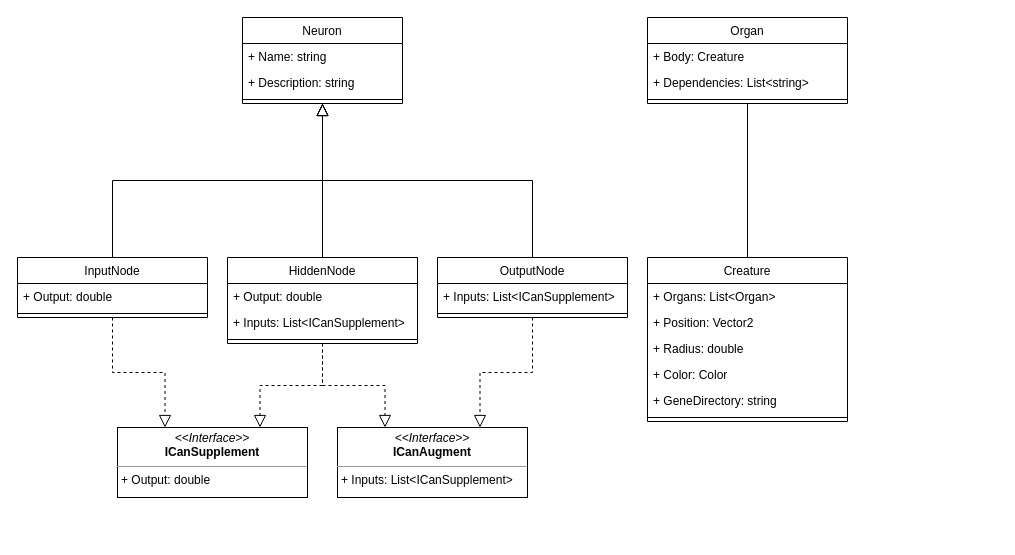
Earlier version of the draw.io diagram ClassDiagram.drawio (Exouxas/FosterScript.Core). Source tidied: cells renumbered, new cells numbered last; positions are measured from the earlier drawing's top-left corner, leaving out a move shared by most shapes. Both pictures are drawn from the tidied source at 100%, with x=0, y=0 at pixel (17, 17).
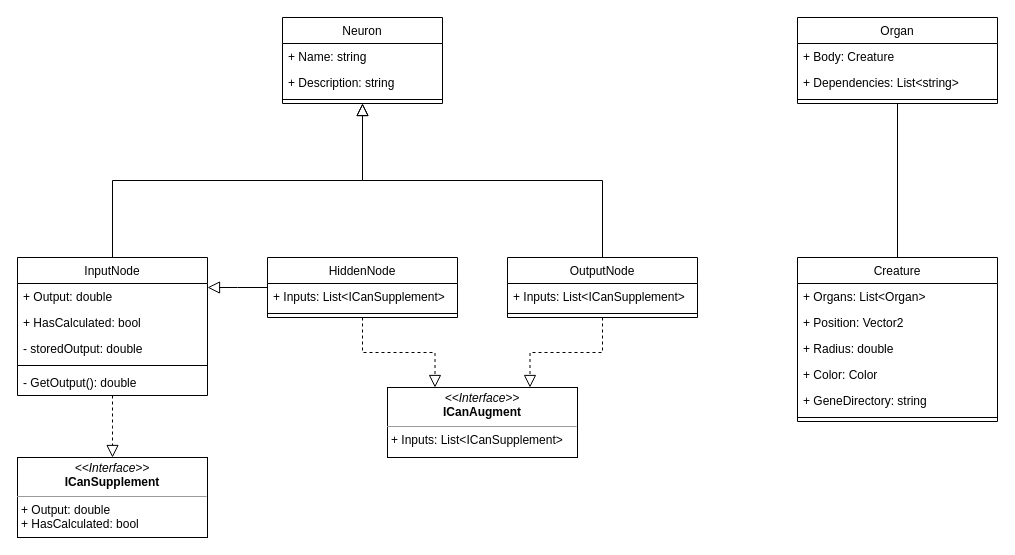
Above is the later version.

What changed in the source:
```diff
@@
     <mxCell id="2" value="Neuron" style="swimlane;fontStyle=0;align=center;verticalAlign=top;horizontal=1;startSize=26;rounded=0;shadow=0;strokeWidth=1;" parent="1" vertex="1">
-      <mxGeometry x="225" width="160" height="86" as="geometry" />
+      <mxGeometry x="265" width="160" height="86" as="geometry" />
     </mxCell>
@@
     <mxCell id="6" value="InputNode" style="swimlane;fontStyle=0;align=center;verticalAlign=top;horizontal=1;startSize=26;rounded=0;shadow=0;strokeWidth=1;" parent="1" vertex="1">
-      <mxGeometry y="240" width="190" height="60" as="geometry" />
+      <mxGeometry y="240" width="190" height="138" as="geometry" />
     </mxCell>
@@
+    <mxCell id="37" value="+ HasCalculated: bool" style="text;align=left;verticalAlign=top;spacingLeft=4;spacingRight=4;overflow=hidden;" parent="6" vertex="1">
+      <mxGeometry y="52" width="190" height="26" as="geometry" />
+    </mxCell>
+    <mxCell id="38" value="- storedOutput: double" style="text;align=left;verticalAlign=top;spacingLeft=4;spacingRight=4;overflow=hidden;" parent="6" vertex="1">
+      <mxGeometry y="78" width="190" height="26" as="geometry" />
+    </mxCell>
     <mxCell id="8" style="line;html=1;strokeWidth=1;align=left;verticalAlign=middle;spacingTop=-1;spacingLeft=3;spacingRight=3;labelPosition=right;" parent="6" vertex="1">
-      <mxGeometry y="52" width="190" height="8" as="geometry" />
+      <mxGeometry y="104" width="190" height="8" as="geometry" />
     </mxCell>
+    <mxCell id="39" value="- GetOutput(): double" style="text;align=left;verticalAlign=top;spacingLeft=4;spacingRight=4;overflow=hidden;" parent="6" vertex="1">
+      <mxGeometry y="112" width="190" height="26" as="geometry" />
+    </mxCell>
@@
     <mxCell id="10" value="OutputNode" style="swimlane;fontStyle=0;align=center;verticalAlign=top;horizontal=1;startSize=26;rounded=0;shadow=0;strokeWidth=1;" parent="1" vertex="1">
-      <mxGeometry x="420" y="240" width="190" height="60" as="geometry" />
+      <mxGeometry x="490" y="240" width="190" height="60" as="geometry" />
     </mxCell>
@@
     <mxCell id="14" value="Organ" style="swimlane;fontStyle=0;align=center;verticalAlign=top;horizontal=1;startSize=26;rounded=0;shadow=0;strokeWidth=1;" parent="1" vertex="1">
-      <mxGeometry x="630" width="200" height="86" as="geometry" />
+      <mxGeometry x="780" width="200" height="86" as="geometry" />
     </mxCell>
@@
     <mxCell id="19" value="Creature" style="swimlane;fontStyle=0;align=center;verticalAlign=top;horizontal=1;startSize=26;rounded=0;shadow=0;strokeWidth=1;" parent="1" vertex="1">
-      <mxGeometry x="630" y="240" width="200" height="164" as="geometry" />
+      <mxGeometry x="780" y="240" width="200" height="164" as="geometry" />
     </mxCell>
@@
     <mxCell id="26" value="HiddenNode" style="swimlane;fontStyle=0;align=center;verticalAlign=top;horizontal=1;startSize=26;rounded=0;shadow=0;strokeWidth=1;" parent="1" vertex="1">
-      <mxGeometry x="210" y="240" width="190" height="86" as="geometry" />
+      <mxGeometry x="250" y="240" width="190" height="60" as="geometry" />
     </mxCell>
-    <mxCell id="27" value="+ Output: double" style="text;align=left;verticalAlign=top;spacingLeft=4;spacingRight=4;overflow=hidden;" parent="26" vertex="1">
-      <mxGeometry y="26" width="190" height="26" as="geometry" />
-    </mxCell>
     <mxCell id="28" value="+ Inputs: List&lt;ICanSupplement&gt;" style="text;align=left;verticalAlign=top;spacingLeft=4;spacingRight=4;overflow=hidden;rounded=0;shadow=0;html=0;" parent="26" vertex="1">
-      <mxGeometry y="52" width="190" height="26" as="geometry" />
+      <mxGeometry y="26" width="190" height="26" as="geometry" />
     </mxCell>
     <mxCell id="29" style="line;html=1;strokeWidth=1;align=left;verticalAlign=middle;spacingTop=-1;spacingLeft=3;spacingRight=3;labelPosition=right;" parent="26" vertex="1">
-      <mxGeometry y="78" width="190" height="8" as="geometry" />
+      <mxGeometry y="52" width="190" height="8" as="geometry" />
     </mxCell>
-    <mxCell id="30" style="endArrow=block;endSize=10;endFill=0;shadow=0;strokeWidth=1;rounded=0;edgeStyle=elbowEdgeStyle;elbow=vertical;" parent="1" edge="1" source="26" target="2">
+    <mxCell id="30" style="endArrow=block;endSize=10;endFill=0;shadow=0;strokeWidth=1;rounded=0;edgeStyle=elbowEdgeStyle;elbow=vertical;" parent="1" edge="1" source="26" target="6">
       <mxGeometry relative="1" as="geometry" />
     </mxCell>
     <mxCell id="31" value="&lt;p style=&quot;margin: 0px ; margin-top: 4px ; text-align: center&quot;&gt;&lt;i&gt;&amp;lt;&amp;lt;Interface&amp;gt;&amp;gt;&lt;/i&gt;&lt;br&gt;&lt;b&gt;ICanAugment&lt;/b&gt;&lt;/p&gt;&lt;hr size=&quot;1&quot;&gt;&lt;p style=&quot;margin: 0px ; margin-left: 4px&quot;&gt;+ Inputs: List&amp;lt;ICanSupplement&amp;gt;&lt;br&gt;&lt;/p&gt;" style="verticalAlign=top;align=left;overflow=fill;fontSize=12;fontFamily=Helvetica;html=1;" parent="1" vertex="1">
-      <mxGeometry x="320" y="410" width="190" height="70" as="geometry" />
+      <mxGeometry x="370" y="370" width="190" height="70" as="geometry" />
     </mxCell>
-    <mxCell id="32" value="&lt;p style=&quot;margin: 0px ; margin-top: 4px ; text-align: center&quot;&gt;&lt;i&gt;&amp;lt;&amp;lt;Interface&amp;gt;&amp;gt;&lt;/i&gt;&lt;br&gt;&lt;b&gt;ICanSupplement&lt;/b&gt;&lt;/p&gt;&lt;hr size=&quot;1&quot;&gt;&lt;p style=&quot;margin: 0px ; margin-left: 4px&quot;&gt;+ Output: double&lt;br&gt;&lt;/p&gt;" style="verticalAlign=top;align=left;overflow=fill;fontSize=12;fontFamily=Helvetica;html=1;" parent="1" vertex="1">
-      <mxGeometry x="100" y="410" width="190" height="70" as="geometry" />
+    <mxCell id="32" value="&lt;p style=&quot;margin: 0px ; margin-top: 4px ; text-align: center&quot;&gt;&lt;i&gt;&amp;lt;&amp;lt;Interface&amp;gt;&amp;gt;&lt;/i&gt;&lt;br&gt;&lt;b&gt;ICanSupplement&lt;/b&gt;&lt;/p&gt;&lt;hr size=&quot;1&quot;&gt;&lt;p style=&quot;margin: 0px ; margin-left: 4px&quot;&gt;+ Output: double&lt;br&gt;&lt;/p&gt;&lt;p style=&quot;margin: 0px ; margin-left: 4px&quot;&gt;+ HasCalculated: bool&lt;/p&gt;" style="verticalAlign=top;align=left;overflow=fill;fontSize=12;fontFamily=Helvetica;html=1;" parent="1" vertex="1">
+      <mxGeometry y="440" width="190" height="80" as="geometry" />
     </mxCell>
-    <mxCell id="33" style="endArrow=block;endSize=10;endFill=0;shadow=0;strokeWidth=1;rounded=0;edgeStyle=elbowEdgeStyle;elbow=vertical;dashed=1;entryX=0.25;entryY=0;entryDx=0;entryDy=0;" parent="1" edge="1" source="6" target="32">
+    <mxCell id="33" style="endArrow=block;endSize=10;endFill=0;shadow=0;strokeWidth=1;rounded=0;edgeStyle=elbowEdgeStyle;elbow=vertical;dashed=1;" parent="1" edge="1" source="6" target="32">
       <mxGeometry relative="1" as="geometry" />
     </mxCell>
-    <mxCell id="34" style="endArrow=block;endSize=10;endFill=0;shadow=0;strokeWidth=1;rounded=0;edgeStyle=elbowEdgeStyle;elbow=vertical;dashed=1;fontStyle=1;entryX=0.75;entryY=0;entryDx=0;entryDy=0;" parent="1" edge="1" source="26" target="32">
-      <mxGeometry relative="1" as="geometry" />
-    </mxCell>
```
